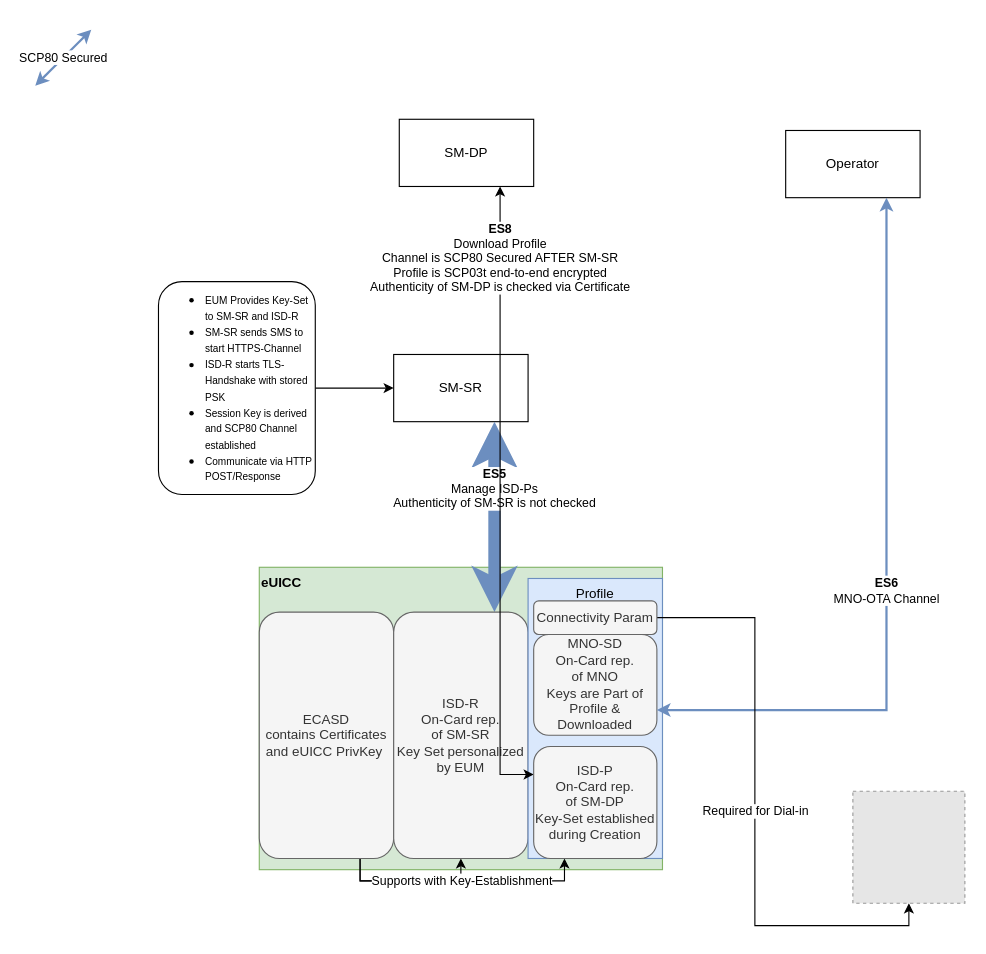
Earlier version of the draw.io diagram drawio/m2m_actors_interfaces.drawio (koblibri/master_thesis). Source tidied: cells renumbered, new cells numbered last; positions are measured from the earlier drawing's top-left corner, leaving out a move shared by most shapes. Both pictures are drawn from the tidied source at 112%, with x=0, y=0 at pixel (35, 29). Pictures stored in the file or linked from it are replaced by grey dashed boxes.
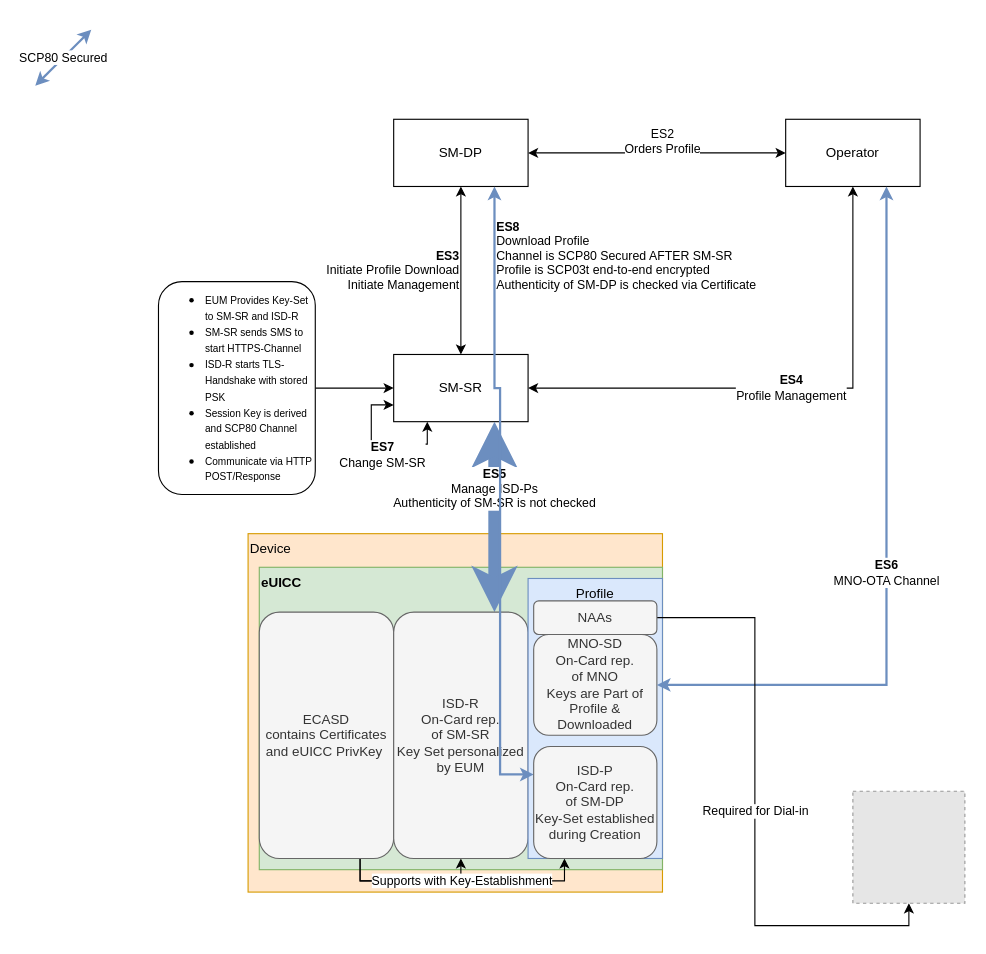
The same diagram, later.

Unchanged cells that the change refers to:
```xml
<mxCell id="5" value="SM-SR" style="rounded=0;whiteSpace=wrap;html=1;" parent="1" vertex="1">
  <mxGeometry x="320" y="290" width="120" height="60" as="geometry" />
</mxCell>
<mxCell id="13" value="ISD-P&lt;br&gt;On-Card rep. &lt;br&gt;of SM-DP&lt;br&gt;Key-Set established during Creation" style="rounded=1;whiteSpace=wrap;html=1;fillColor=#f5f5f5;strokeColor=#666666;fontColor=#333333;" parent="1" vertex="1">
  <mxGeometry x="445" y="640" width="110" height="100" as="geometry" />
</mxCell>
<mxCell id="14" value="MNO-SD&lt;br&gt;On-Card rep.&lt;br&gt;of MNO&lt;br&gt;Keys are Part of Profile &amp;amp; Downloaded" style="rounded=1;whiteSpace=wrap;html=1;fillColor=#f5f5f5;strokeColor=#666666;fontColor=#333333;" parent="1" vertex="1">
  <mxGeometry x="445" y="540" width="110" height="90" as="geometry" />
</mxCell>
```

What changed in the source:
```diff
@@
+    <mxCell id="22" value="Device" style="rounded=0;whiteSpace=wrap;html=1;fillColor=#ffe6cc;strokeColor=#d79b00;verticalAlign=top;align=left;" parent="1" vertex="1">
+      <mxGeometry x="190" y="450" width="370" height="320" as="geometry" />
+    </mxCell>
+    <mxCell id="23" value="ES2&lt;br&gt;Orders Profile" style="edgeStyle=orthogonalEdgeStyle;rounded=0;jettySize=auto;html=1;exitX=1;exitY=0.5;exitDx=0;exitDy=0;startArrow=classic;startFill=1;" parent="1" edge="1" source="2" target="4">
+      <mxGeometry x="0.04" y="10" relative="1" as="geometry" />
+    </mxCell>
     <mxCell id="2" value="SM-DP" style="rounded=0;whiteSpace=wrap;html=1;" parent="1" vertex="1">
-      <mxGeometry x="325" y="80" width="120" height="60" as="geometry" />
+      <mxGeometry x="320" y="80" width="120" height="60" as="geometry" />
     </mxCell>
@@
+    <mxCell id="24" value="&lt;b&gt;ES4&lt;/b&gt;&lt;br&gt;Profile Management" style="edgeStyle=orthogonalEdgeStyle;rounded=0;jettySize=auto;html=1;exitX=0.5;exitY=1;exitDx=0;exitDy=0;entryX=1;entryY=0.5;entryDx=0;entryDy=0;startArrow=classic;startFill=1;" parent="1" edge="1" source="4" target="5">
+      <mxGeometry relative="1" as="geometry" />
+    </mxCell>
     <mxCell id="4" value="Operator" style="rounded=0;whiteSpace=wrap;html=1;" parent="1" vertex="1">
-      <mxGeometry x="670" y="90" width="120" height="60" as="geometry" />
+      <mxGeometry x="670" y="80" width="120" height="60" as="geometry" />
     </mxCell>
+    <mxCell id="25" value="&lt;b&gt;ES3&lt;/b&gt;&lt;br&gt;Initiate Profile Download&lt;br&gt;Initiate Management" style="edgeStyle=orthogonalEdgeStyle;rounded=0;jettySize=auto;html=1;exitX=0.5;exitY=0;exitDx=0;exitDy=0;entryX=0.5;entryY=1;entryDx=0;entryDy=0;startArrow=classic;startFill=1;align=right;" parent="1" edge="1" source="5" target="2">
+      <mxGeometry relative="1" as="geometry" />
+    </mxCell>
@@
-    <mxCell id="12" value="&lt;font style=&quot;font-size: 11px&quot;&gt;&lt;b&gt;ES8&lt;/b&gt;&lt;br&gt;Download Profile&lt;br&gt;Channel is &lt;/font&gt;&lt;font style=&quot;font-size: 11px&quot;&gt;&lt;font style=&quot;font-size: 11px&quot;&gt;S&lt;/font&gt;CP80 Secured AFTER SM-SR&lt;br&gt;Profile is SCP03t end-to-end encrypted&lt;br&gt;Authenticity of SM-DP is checked via Certificate&lt;br&gt;&lt;/font&gt;" style="edgeStyle=orthogonalEdgeStyle;rounded=0;jettySize=auto;html=1;exitX=0.75;exitY=1;exitDx=0;exitDy=0;entryX=0;entryY=0.25;entryDx=0;entryDy=0;fontSize=9;startArrow=classic;startFill=1;" parent="1" edge="1" source="2" target="13">
-      <mxGeometry x="-0.77" relative="1" as="geometry">
+    <mxCell id="12" value="&lt;font style=&quot;font-size: 11px&quot;&gt;&lt;b&gt;ES8&lt;/b&gt;&lt;br&gt;Download Profile&lt;br&gt;Channel is &lt;/font&gt;&lt;font style=&quot;font-size: 11px&quot;&gt;&lt;font style=&quot;font-size: 11px&quot;&gt;S&lt;/font&gt;CP80 Secured AFTER SM-SR&lt;br&gt;Profile is SCP03t end-to-end encrypted&lt;br&gt;Authenticity of SM-DP is checked via Certificate&lt;br&gt;&lt;/font&gt;" style="edgeStyle=orthogonalEdgeStyle;rounded=0;jettySize=auto;html=1;exitX=0.75;exitY=1;exitDx=0;exitDy=0;entryX=0;entryY=0.25;entryDx=0;entryDy=0;fontSize=9;startArrow=classic;startFill=1;align=left;fillColor=#dae8fc;strokeColor=#6c8ebf;strokeWidth=2;" parent="1" edge="1" source="2" target="13">
+      <mxGeometry x="-0.78" relative="1" as="geometry">
         <Array as="points">
+          <mxPoint x="410" y="320" />
+          <mxPoint x="415" y="320" />
           <mxPoint x="415" y="665" />
         </Array>
       </mxGeometry>
     </mxCell>
@@
-    <mxCell id="17" value="&lt;font style=&quot;font-size: 11px&quot;&gt;&lt;b&gt;ES6&lt;br&gt;&lt;/b&gt;MNO-OTA Channel&lt;br&gt;&lt;/font&gt;" style="edgeStyle=orthogonalEdgeStyle;rounded=0;jettySize=auto;html=1;exitX=0.75;exitY=1;exitDx=0;exitDy=0;entryX=1;entryY=0.75;entryDx=0;entryDy=0;fontSize=9;startArrow=classic;startFill=1;strokeWidth=2;fillColor=#dae8fc;strokeColor=#6c8ebf;" parent="1" edge="1" source="4" target="14">
+    <mxCell id="17" value="&lt;font style=&quot;font-size: 11px&quot;&gt;&lt;b&gt;ES6&lt;br&gt;&lt;/b&gt;MNO-OTA Channel&lt;br&gt;&lt;/font&gt;" style="edgeStyle=orthogonalEdgeStyle;rounded=0;jettySize=auto;html=1;exitX=0.75;exitY=1;exitDx=0;exitDy=0;entryX=1;entryY=0.5;entryDx=0;entryDy=0;fontSize=9;startArrow=classic;startFill=1;strokeWidth=2;fillColor=#dae8fc;strokeColor=#6c8ebf;" parent="1" edge="1" source="4" target="14">
       <mxGeometry x="0.06" relative="1" as="geometry" />
     </mxCell>
@@
-    <mxCell id="19" value="Connectivity Param" style="rounded=1;whiteSpace=wrap;html=1;fillColor=#f5f5f5;strokeColor=#666666;fontColor=#333333;" parent="1" vertex="1">
+    <mxCell id="19" value="NAAs" style="rounded=1;whiteSpace=wrap;html=1;fillColor=#f5f5f5;strokeColor=#666666;fontColor=#333333;" parent="1" vertex="1">
       <mxGeometry x="445" y="510" width="110" height="30" as="geometry" />
     </mxCell>
@@
+    <mxCell id="26" value="&lt;b&gt;ES7&lt;br&gt;&lt;/b&gt;Change SM-SR" style="edgeStyle=orthogonalEdgeStyle;rounded=0;orthogonalLoop=1;jettySize=auto;html=1;exitX=0;exitY=0.75;exitDx=0;exitDy=0;entryX=0.25;entryY=1;entryDx=0;entryDy=0;startArrow=classic;startFill=1;" parent="1" edge="1" source="5" target="5">
+      <mxGeometry x="0.04" y="-10" relative="1" as="geometry">
+        <Array as="points">
+          <mxPoint x="300" y="335" />
+          <mxPoint x="300" y="370" />
+          <mxPoint x="350" y="370" />
+        </Array>
+      </mxGeometry>
+    </mxCell>
```
